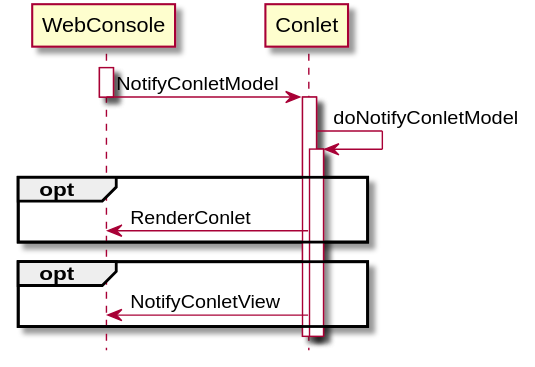
The PlantUML diagram javadoc-webconsole/org/jgrapes/webconsole/base/NotifyConletModelHandling.svg in mnlipp/jgrapes, before a commit.
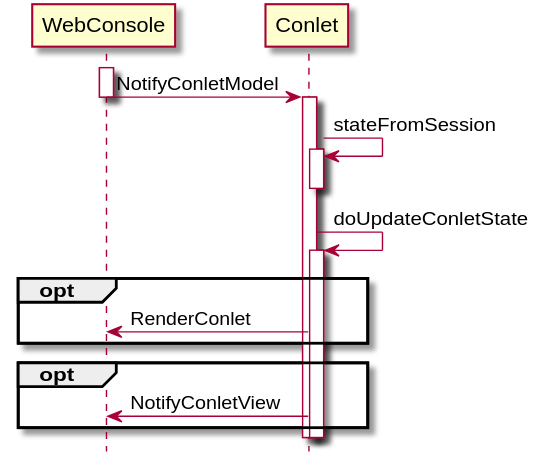
Later version of the same file.

Change to the diagram source:
```diff
@@ -5,7 +5,10 @@
  WebConsole -> Conlet: NotifyConletModel
  deactivate WebConsole
  activate Conlet
- Conlet -> Conlet: doNotifyConletModel
+ Conlet -> Conlet: stateFromSession
+ activate Conlet
+ deactivate Conlet
+ Conlet -> Conlet: doUpdateConletState
  activate Conlet
  opt
      Conlet -> WebConsole: RenderConlet
@@ -15,6 +18,4 @@
  end opt
  deactivate Conlet
  deactivate Conlet
- activate WebConsole
- deactivate WebConsole
 @enduml
```
